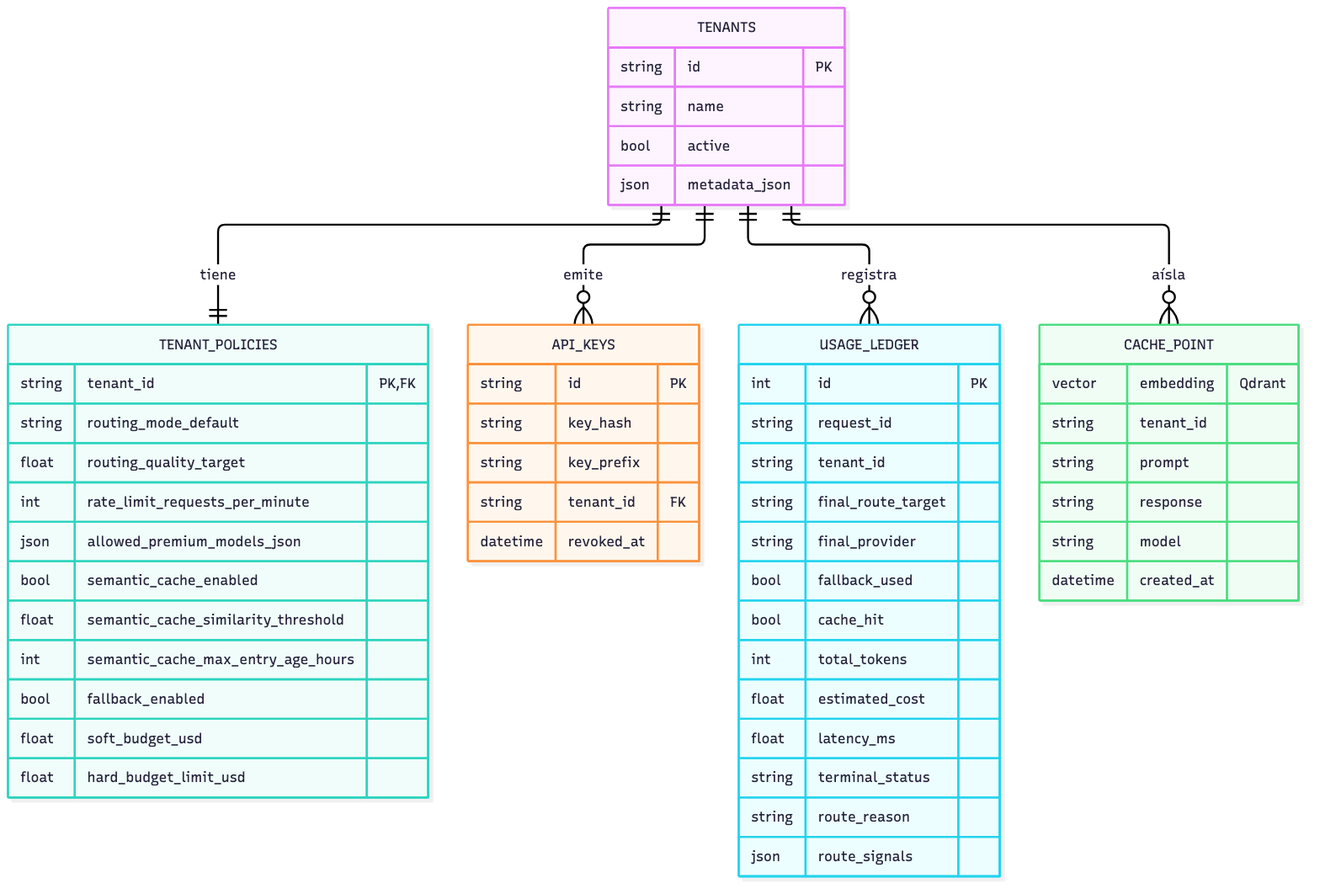
Earlier version of the Mermaid export docs/tfc/tesis/figuras/modelo-datos.png (joacofg/nebula.ai). Its source is kept beside it as docs/tfc/tesis/figuras/modelo-datos.mmd. Its diagram source:
```mermaid
erDiagram
    TENANTS ||--|| TENANT_POLICIES : "tiene"
    TENANTS ||--o{ API_KEYS : "emite"
    TENANTS ||--o{ USAGE_LEDGER : "registra"
    TENANTS ||--o{ CACHE_POINT : "aísla"
    TENANTS {
        string id PK
        string name
        bool active
        json metadata_json
    }
    TENANT_POLICIES {
        string tenant_id PK,FK
        string routing_mode_default
        float routing_quality_target
        int rate_limit_requests_per_minute
        json allowed_premium_models_json
        bool semantic_cache_enabled
        float semantic_cache_similarity_threshold
        int semantic_cache_max_entry_age_hours
        bool fallback_enabled
        float soft_budget_usd
        float hard_budget_limit_usd
    }
    API_KEYS {
        string id PK
        string key_hash
        string key_prefix
        string tenant_id FK
        datetime revoked_at
    }
    USAGE_LEDGER {
        int id PK
        string request_id
        string tenant_id
        string final_route_target
        string final_provider
        bool fallback_used
        bool cache_hit
        int total_tokens
        float estimated_cost
        float latency_ms
        string terminal_status
        string route_reason
        json route_signals
    }
    CACHE_POINT {
        vector embedding "Qdrant"
        string tenant_id
        string prompt
        string response
        string model
        datetime created_at
    }
```
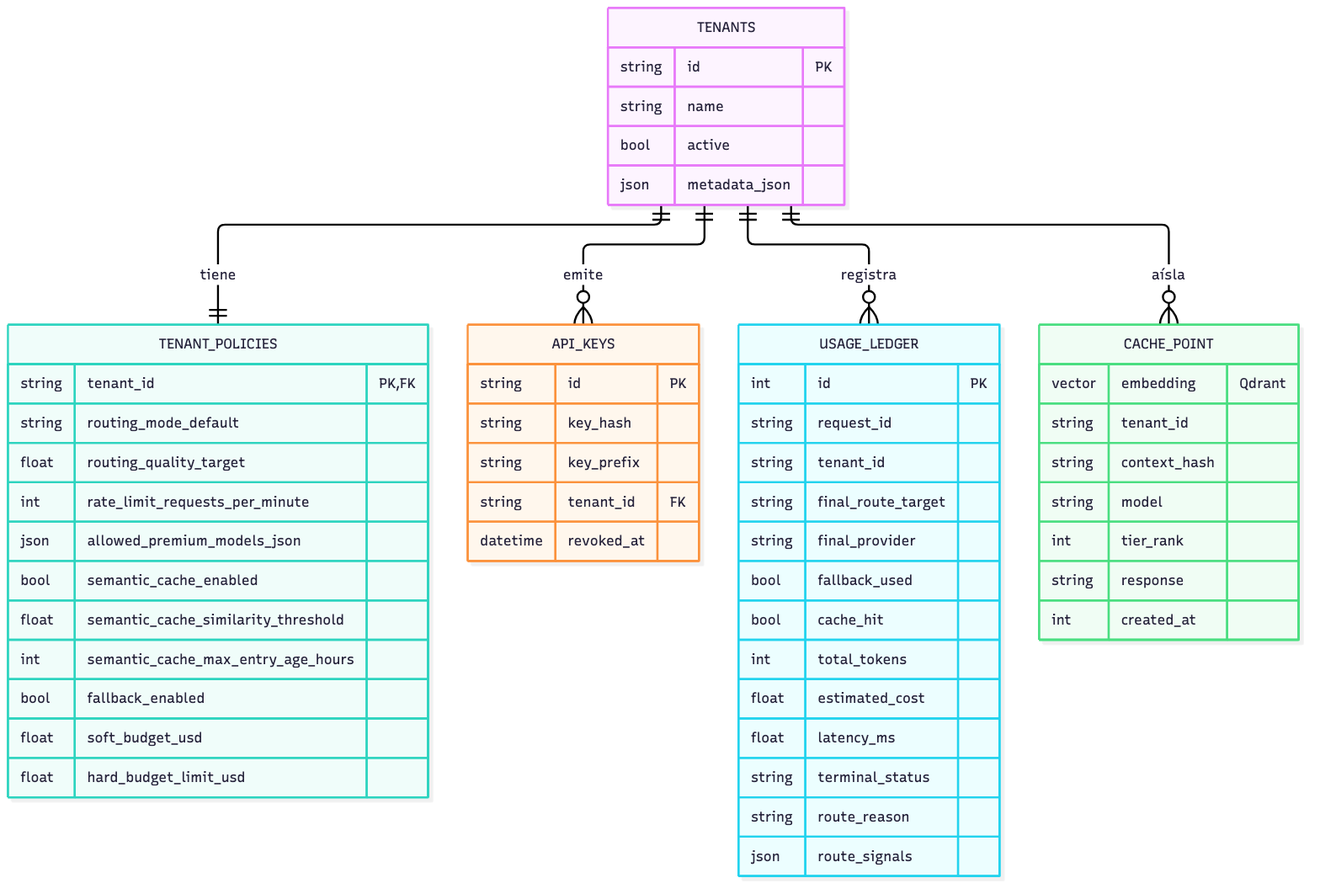
The same diagram one commit later.

Diff of the diagram source:
```diff
@@ -47,8 +47,9 @@
     CACHE_POINT {
         vector embedding "Qdrant"
         string tenant_id
-        string prompt
+        string context_hash
+        string model
+        int tier_rank
         string response
-        string model
-        datetime created_at
+        int created_at
     }
```
